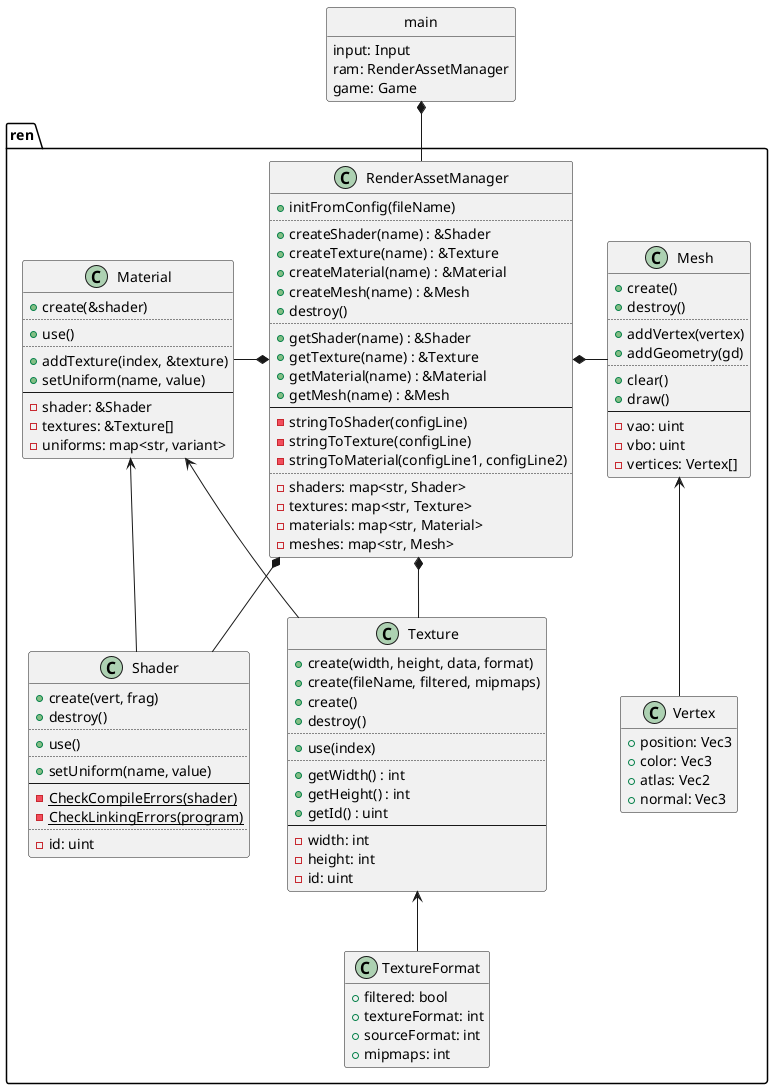
Earlier version of the PlantUML export design/assets.png (ba6er/marblemaze).
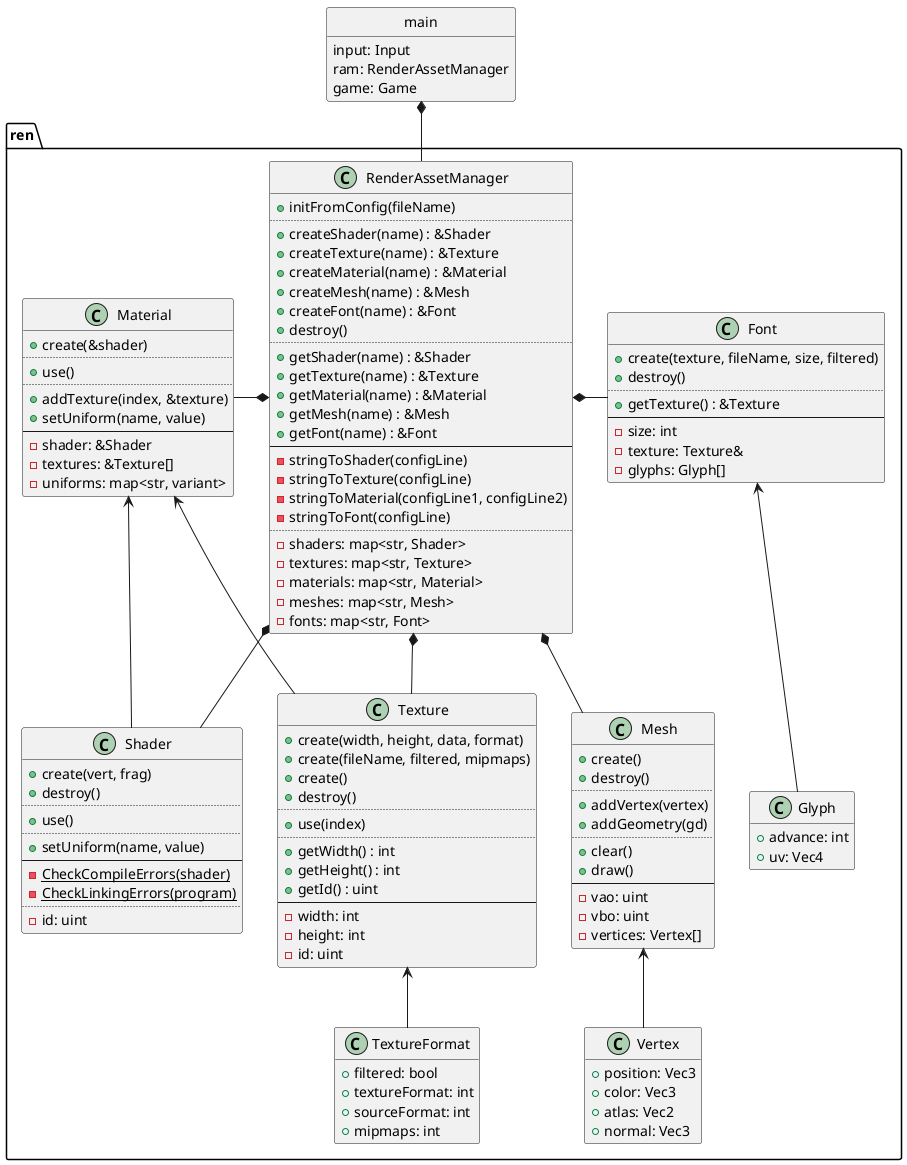
Later version of the same file.

Commit message:
Added ren::Font and ren::Glyph needed for text rendering

The edit, as a diff of the source:
```diff
@@ -76,6 +76,23 @@
 	-vertices: Vertex[]
 }
 
+class ren::Glyph {
+	+advance: int
+	+uv: Vec4
+}
+hide Glyph methods
+
+class ren::Font {
+	+create(texture, fileName, size, filtered)
+	+destroy()
+	..
+	+getTexture() : &Texture
+	--
+	-size: int
+	-texture: Texture&
+	-glyphs: Glyph[]
+}
+
 class ren::RenderAssetManager {
 	+initFromConfig(fileName)
 	..
@@ -83,21 +100,25 @@
 	+createTexture(name) : &Texture
 	+createMaterial(name) : &Material
 	+createMesh(name) : &Mesh
+	+createFont(name) : &Font
 	+destroy()
 	..
 	+getShader(name) : &Shader
 	+getTexture(name) : &Texture
 	+getMaterial(name) : &Material
 	+getMesh(name) : &Mesh
+	+getFont(name) : &Font
 	--
 	-stringToShader(configLine)
 	-stringToTexture(configLine)
 	-stringToMaterial(configLine1, configLine2)
+	-stringToFont(configLine)
 	..
 	-shaders: map<str, Shader>
 	-textures: map<str, Texture>
 	-materials: map<str, Material>
 	-meshes: map<str, Mesh>
+	-fonts: map<str, Font>
 }
 
 class main {
@@ -113,13 +134,16 @@
 RenderAssetManager *-down- Shader
 RenderAssetManager *-down- Texture
 RenderAssetManager *-left- Material
-RenderAssetManager *-right- Mesh
+RenderAssetManager *-down- Mesh
+RenderAssetManager *-right- Font
 
 Material <-- Shader
 Material <-- Texture
 
 Mesh <-down- Vertex
 
+Font <-down- Glyph
+
 main *-- RenderAssetManager
 
 @enduml
```
